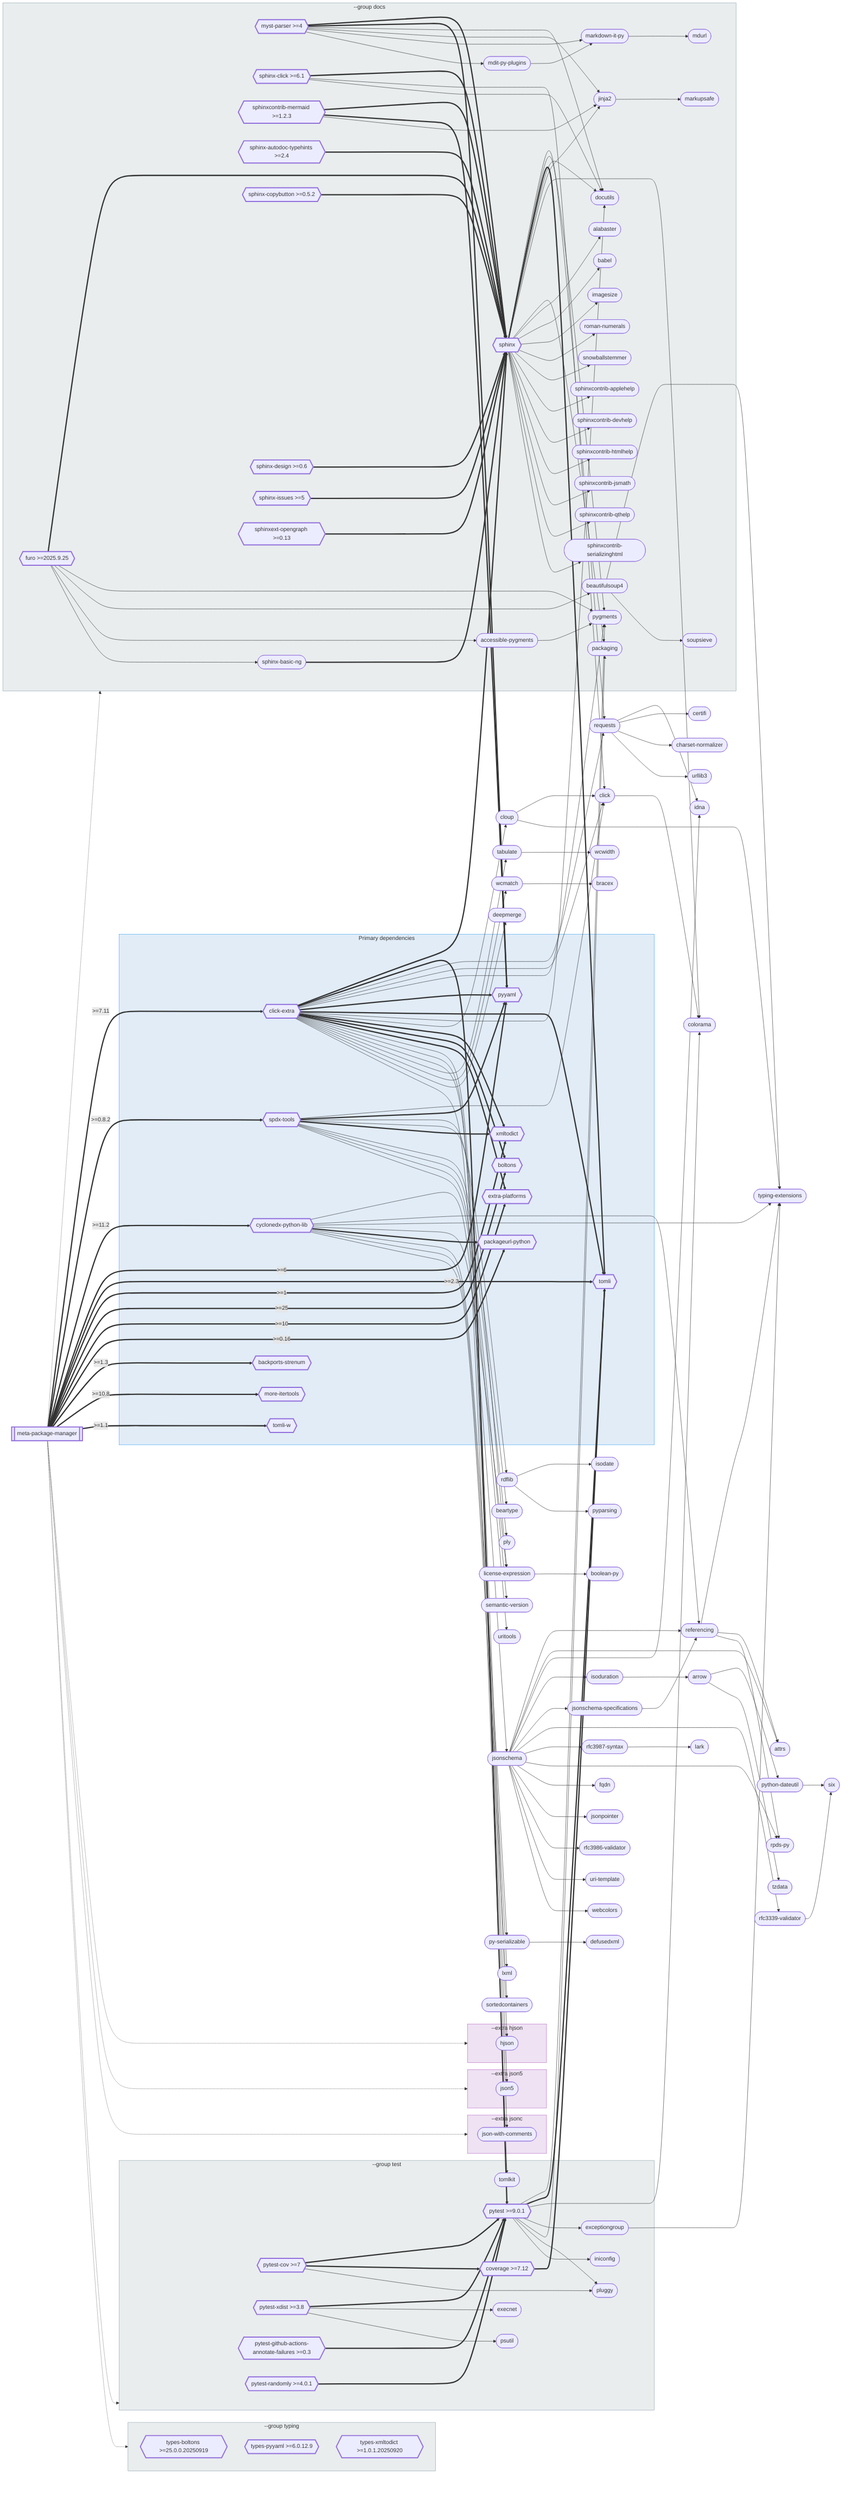
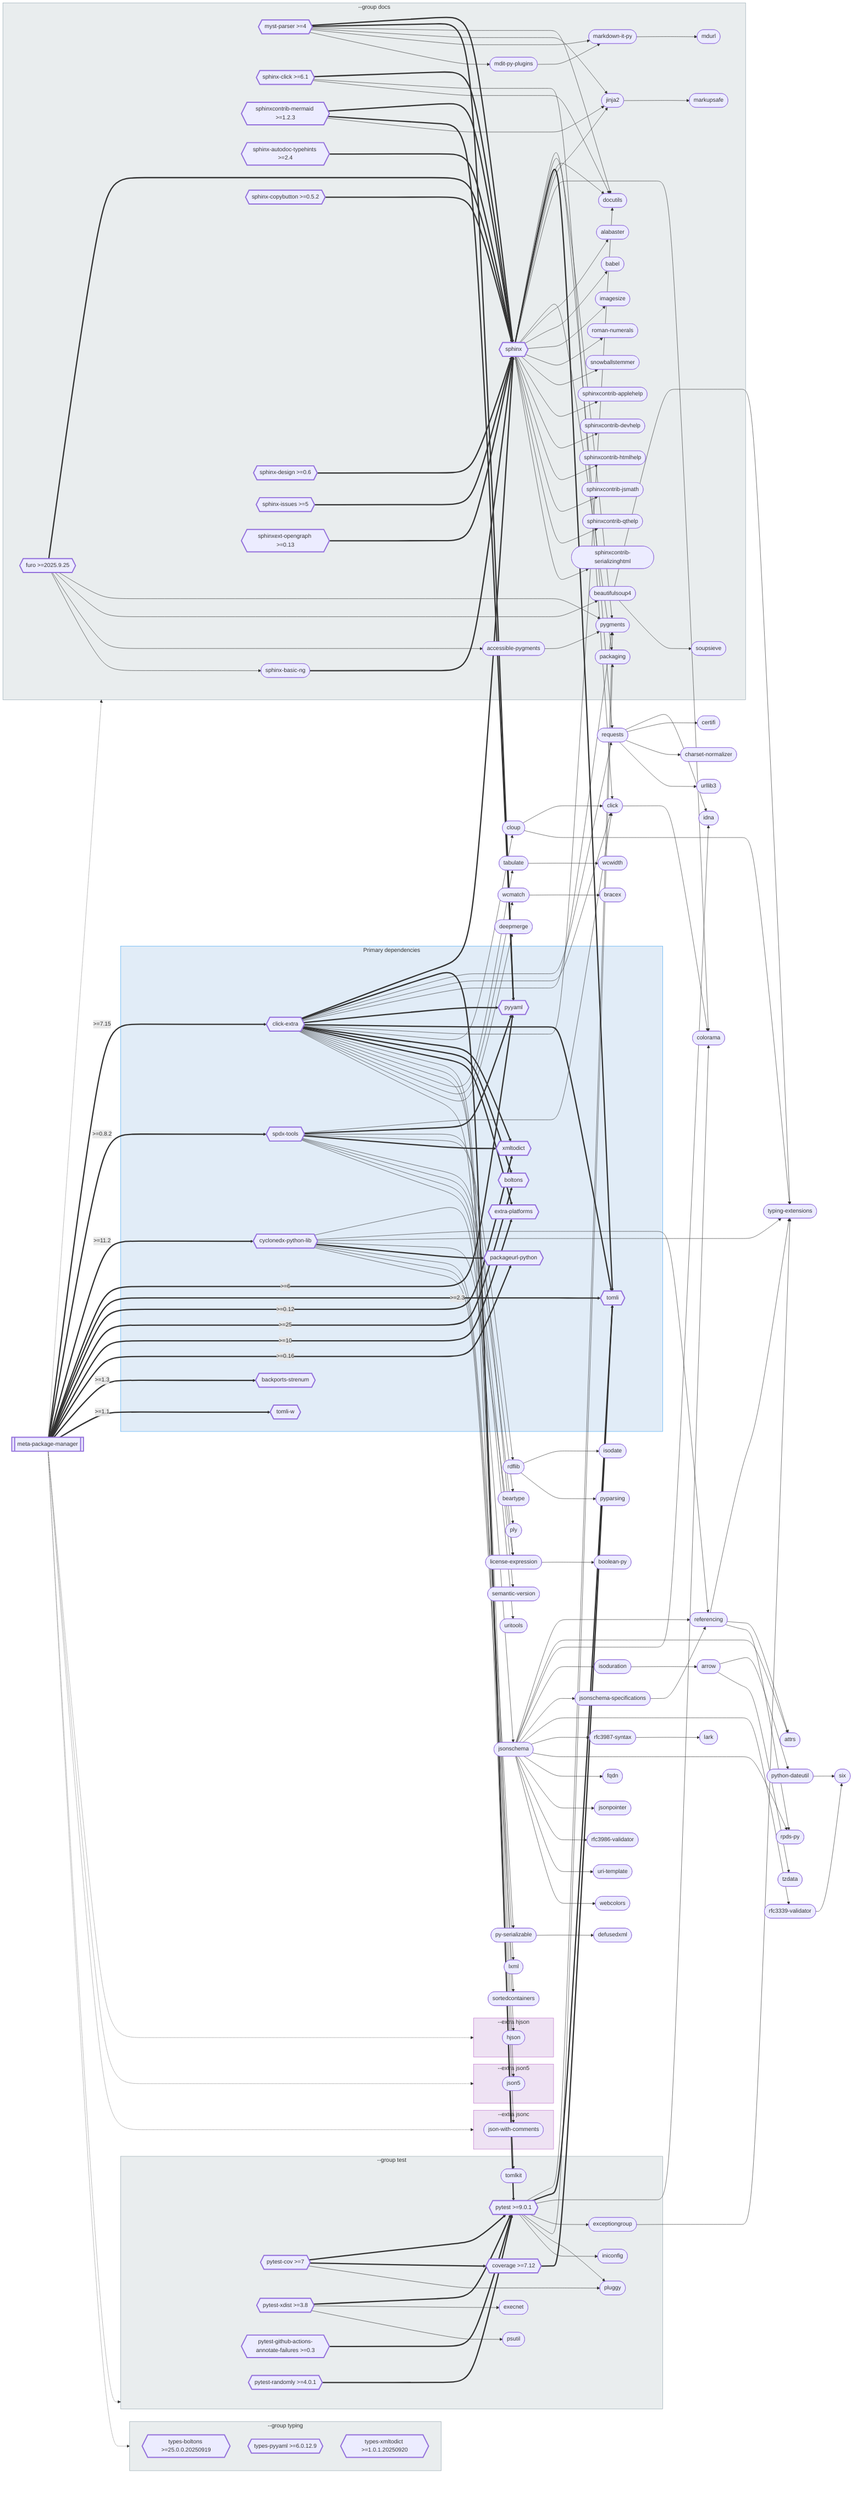
flowchart LR
    meta_package_manager[["`meta-package-manager`"]]

    subgraph primary-deps [Primary dependencies]
        click_extra{{"`click-extra`"}}
        cyclonedx_python_lib{{"`cyclonedx-python-lib`"}}
        spdx_tools{{"`spdx-tools`"}}
        pyyaml{{"`pyyaml`"}}
        tomli{{"`tomli`"}}
        xmltodict{{"`xmltodict`"}}
        boltons{{"`boltons`"}}
        extra_platforms{{"`extra-platforms`"}}
        packageurl_python{{"`packageurl-python`"}}
        backports_strenum{{"`backports-strenum`"}}
-         more_itertools{{"`more-itertools`"}}
        tomli_w{{"`tomli-w`"}}
    end

    jsonschema(["`jsonschema`"])
    referencing(["`referencing`"])
    requests(["`requests`"])
    click_0(["`click`"])
    typing_extensions(["`typing-extensions`"])
    arrow(["`arrow`"])
    cloup(["`cloup`"])
    colorama(["`colorama`"])
    license_expression(["`license-expression`"])
    rdflib(["`rdflib`"])
    attrs(["`attrs`"])
    idna(["`idna`"])
    isoduration(["`isoduration`"])
    jsonschema_specifications(["`jsonschema-specifications`"])
    py_serializable(["`py-serializable`"])
    python_dateutil(["`python-dateutil`"])
    rfc3339_validator(["`rfc3339-validator`"])
    rfc3987_syntax(["`rfc3987-syntax`"])
    rpds_py(["`rpds-py`"])
    six(["`six`"])
    tabulate(["`tabulate`"])
    wcmatch(["`wcmatch`"])
    beartype(["`beartype`"])
    boolean_py(["`boolean-py`"])
    bracex(["`bracex`"])
    certifi(["`certifi`"])
    charset_normalizer(["`charset-normalizer`"])
    deepmerge(["`deepmerge`"])
    defusedxml(["`defusedxml`"])
    fqdn(["`fqdn`"])
    isodate(["`isodate`"])
    jsonpointer(["`jsonpointer`"])
    lark(["`lark`"])
    lxml(["`lxml`"])
    ply(["`ply`"])
    pyparsing(["`pyparsing`"])
    rfc3986_validator(["`rfc3986-validator`"])
    semantic_version(["`semantic-version`"])
    sortedcontainers(["`sortedcontainers`"])
    tzdata(["`tzdata`"])
    uri_template(["`uri-template`"])
    uritools(["`uritools`"])
    urllib3(["`urllib3`"])
    wcwidth(["`wcwidth`"])
    webcolors(["`webcolors`"])

    subgraph ext_hjson [--extra hjson]
        hjson(["`hjson`"])
    end

    subgraph ext_json5 [--extra json5]
        json5(["`json5`"])
    end

    subgraph ext_jsonc [--extra jsonc]
        json_with_comments(["`json-with-comments`"])
    end

    subgraph grp_docs [--group docs]
        sphinx{{"`sphinx`"}}
        myst_parser{{"`myst-parser >=4`"}}
        furo{{"`furo >=2025.9.25`"}}
        pygments(["`pygments`"])
        docutils(["`docutils`"])
        jinja2(["`jinja2`"])
        sphinx_click{{"`sphinx-click >=6.1`"}}
        sphinxcontrib_mermaid{{"`sphinxcontrib-mermaid >=1.2.3`"}}
        beautifulsoup4(["`beautifulsoup4`"])
        markdown_it_py(["`markdown-it-py`"])
        accessible_pygments(["`accessible-pygments`"])
        mdit_py_plugins(["`mdit-py-plugins`"])
        packaging(["`packaging`"])
        sphinx_autodoc_typehints{{"`sphinx-autodoc-typehints >=2.4`"}}
        sphinx_basic_ng(["`sphinx-basic-ng`"])
        sphinx_copybutton{{"`sphinx-copybutton >=0.5.2`"}}
        sphinx_design{{"`sphinx-design >=0.6`"}}
        sphinx_issues{{"`sphinx-issues >=5`"}}
        sphinxext_opengraph{{"`sphinxext-opengraph >=0.13`"}}
        alabaster(["`alabaster`"])
        babel(["`babel`"])
        imagesize(["`imagesize`"])
        markupsafe(["`markupsafe`"])
        mdurl(["`mdurl`"])
        roman_numerals(["`roman-numerals`"])
        snowballstemmer(["`snowballstemmer`"])
        soupsieve(["`soupsieve`"])
        sphinxcontrib_applehelp(["`sphinxcontrib-applehelp`"])
        sphinxcontrib_devhelp(["`sphinxcontrib-devhelp`"])
        sphinxcontrib_htmlhelp(["`sphinxcontrib-htmlhelp`"])
        sphinxcontrib_jsmath(["`sphinxcontrib-jsmath`"])
        sphinxcontrib_qthelp(["`sphinxcontrib-qthelp`"])
        sphinxcontrib_serializinghtml(["`sphinxcontrib-serializinghtml`"])
    end

    subgraph grp_test [--group test]
        pytest{{"`pytest >=9.0.1`"}}
        pytest_cov{{"`pytest-cov >=7`"}}
        pytest_xdist{{"`pytest-xdist >=3.8`"}}
        coverage{{"`coverage >=7.12`"}}
        exceptiongroup(["`exceptiongroup`"])
        pluggy(["`pluggy`"])
        pytest_github_actions_annotate_failures{{"`pytest-github-actions-annotate-failures >=0.3`"}}
        pytest_randomly{{"`pytest-randomly >=4.0.1`"}}
        execnet(["`execnet`"])
        iniconfig(["`iniconfig`"])
        psutil(["`psutil`"])
        tomlkit(["`tomlkit`"])
    end

    subgraph grp_typing [--group typing]
        types_boltons{{"`types-boltons >=25.0.0.20250919`"}}
        types_pyyaml{{"`types-pyyaml >=6.0.12.9`"}}
        types_xmltodict{{"`types-xmltodict >=1.0.1.20250920`"}}
    end

-     meta_package_manager ==>|" >=7.11 "| click_extra
+     meta_package_manager ==>|" >=7.15 "| click_extra
    meta_package_manager ==>|" >=0.8.2 "| spdx_tools
    meta_package_manager ==>|" >=11.2 "| cyclonedx_python_lib
    meta_package_manager ==>|" >=6 "| pyyaml
    meta_package_manager ==>|" >=2.3 "| tomli
-     meta_package_manager ==>|" >=1 "| xmltodict
+     meta_package_manager ==>|" >=0.12 "| xmltodict
    meta_package_manager ==>|" >=25 "| boltons
    meta_package_manager ==>|" >=10 "| extra_platforms
    meta_package_manager ==>|" >=0.16 "| packageurl_python
    meta_package_manager ==>|" >=1.3 "| backports_strenum
-     meta_package_manager ==>|" >=10.8 "| more_itertools
    meta_package_manager ==>|" >=1.1 "| tomli_w
    sphinx --> requests
    sphinx --> pygments
    sphinx ==> tomli
    sphinx --> docutils
    sphinx --> jinja2
    sphinx --> colorama
    sphinx --> packaging
    sphinx --> alabaster
    sphinx --> babel
    sphinx --> imagesize
    sphinx --> roman_numerals
    sphinx --> snowballstemmer
    sphinx --> sphinxcontrib_applehelp
    sphinx --> sphinxcontrib_devhelp
    sphinx --> sphinxcontrib_htmlhelp
    sphinx --> sphinxcontrib_jsmath
    sphinx --> sphinxcontrib_qthelp
    sphinx --> sphinxcontrib_serializinghtml
    click_extra ==> sphinx
    click_extra ==> pytest
    click_extra --> requests
    click_extra --> click_0
    click_extra --> pygments
    click_extra ==> pyyaml
    click_extra ==> tomli
    click_extra --> docutils
    click_extra --> cloup
    click_extra ==> xmltodict
    click_extra ==> boltons
    click_extra ==> extra_platforms
    click_extra --> hjson
    click_extra --> json_with_comments
    click_extra --> json5
    click_extra --> tabulate
    click_extra --> wcmatch
    click_extra --> deepmerge
    click_extra --> tomlkit
    pytest --> pygments
    pytest ==> tomli
    pytest --> colorama
    pytest --> exceptiongroup
    pytest --> packaging
    pytest --> pluggy
    pytest --> iniconfig
    spdx_tools --> click_0
    spdx_tools ==> pyyaml
    spdx_tools --> license_expression
    spdx_tools --> rdflib
    spdx_tools ==> xmltodict
    spdx_tools --> beartype
    spdx_tools --> ply
    spdx_tools --> semantic_version
    spdx_tools --> uritools
    cyclonedx_python_lib --> jsonschema
    cyclonedx_python_lib --> referencing
    cyclonedx_python_lib --> typing_extensions
    cyclonedx_python_lib --> license_expression
    cyclonedx_python_lib ==> packageurl_python
    cyclonedx_python_lib --> py_serializable
    cyclonedx_python_lib --> lxml
    cyclonedx_python_lib --> sortedcontainers
    myst_parser ==> sphinx
    myst_parser ==> pyyaml
    myst_parser --> docutils
    myst_parser --> jinja2
    myst_parser --> markdown_it_py
    myst_parser --> mdit_py_plugins
    furo ==> sphinx
    furo --> pygments
    furo --> beautifulsoup4
    furo --> accessible_pygments
    furo --> sphinx_basic_ng
    pytest_cov ==> pytest
    pytest_cov ==> coverage
    pytest_cov --> pluggy
    pytest_xdist ==> pytest
    pytest_xdist --> execnet
    pytest_xdist --> psutil
    sphinx_click ==> sphinx
    sphinx_click --> click_0
    sphinx_click --> docutils
    sphinxcontrib_mermaid ==> sphinx
    sphinxcontrib_mermaid ==> pyyaml
    sphinxcontrib_mermaid --> jinja2
    coverage ==> tomli
    pytest_github_actions_annotate_failures ==> pytest
    pytest_randomly ==> pytest
    sphinx_autodoc_typehints ==> sphinx
    sphinx_copybutton ==> sphinx
    sphinx_design ==> sphinx
    sphinx_issues ==> sphinx
    sphinxext_opengraph ==> sphinx
    jsonschema --> referencing
    jsonschema --> attrs
    jsonschema --> idna
    jsonschema --> isoduration
    jsonschema --> jsonschema_specifications
    jsonschema --> rfc3339_validator
    jsonschema --> rfc3987_syntax
    jsonschema --> rpds_py
    jsonschema --> fqdn
    jsonschema --> jsonpointer
    jsonschema --> rfc3986_validator
    jsonschema --> uri_template
    jsonschema --> webcolors
    referencing --> typing_extensions
    referencing --> attrs
    referencing --> rpds_py
    requests --> idna
    requests --> certifi
    requests --> charset_normalizer
    requests --> urllib3
    click_0 --> colorama
    jinja2 --> markupsafe
    beautifulsoup4 --> typing_extensions
    beautifulsoup4 --> soupsieve
    cloup --> click_0
    cloup --> typing_extensions
    license_expression --> boolean_py
    markdown_it_py --> mdurl
    rdflib --> isodate
    rdflib --> pyparsing
    accessible_pygments --> pygments
    exceptiongroup --> typing_extensions
    mdit_py_plugins --> markdown_it_py
    py_serializable --> defusedxml
    sphinx_basic_ng ==> sphinx
    tabulate --> wcwidth
    wcmatch --> bracex
    isoduration --> arrow
    jsonschema_specifications --> referencing
    rfc3339_validator --> six
    rfc3987_syntax --> lark
    arrow --> python_dateutil
    arrow --> tzdata
    python_dateutil --> six
    meta_package_manager -.-> ext_hjson
    meta_package_manager -.-> ext_json5
    meta_package_manager -.-> ext_jsonc
    meta_package_manager -.-> grp_docs
    meta_package_manager -.-> grp_test
    meta_package_manager -.-> grp_typing

    click accessible_pygments "https://pypi.org/project/accessible-pygments/" _blank
    click alabaster "https://pypi.org/project/alabaster/" _blank
    click arrow "https://pypi.org/project/arrow/" _blank
    click attrs "https://pypi.org/project/attrs/" _blank
    click babel "https://pypi.org/project/babel/" _blank
    click backports_strenum "https://pypi.org/project/backports-strenum/" _blank
    click beartype "https://pypi.org/project/beartype/" _blank
    click beautifulsoup4 "https://pypi.org/project/beautifulsoup4/" _blank
    click boltons "https://pypi.org/project/boltons/" _blank
    click boolean_py "https://pypi.org/project/boolean-py/" _blank
    click bracex "https://pypi.org/project/bracex/" _blank
    click certifi "https://pypi.org/project/certifi/" _blank
    click charset_normalizer "https://pypi.org/project/charset-normalizer/" _blank
    click click_0 "https://pypi.org/project/click/" _blank
    click click_extra "https://pypi.org/project/click-extra/" _blank
    click cloup "https://pypi.org/project/cloup/" _blank
    click colorama "https://pypi.org/project/colorama/" _blank
    click coverage "https://pypi.org/project/coverage/" _blank
    click cyclonedx_python_lib "https://pypi.org/project/cyclonedx-python-lib/" _blank
    click deepmerge "https://pypi.org/project/deepmerge/" _blank
    click defusedxml "https://pypi.org/project/defusedxml/" _blank
    click docutils "https://pypi.org/project/docutils/" _blank
    click exceptiongroup "https://pypi.org/project/exceptiongroup/" _blank
    click execnet "https://pypi.org/project/execnet/" _blank
    click extra_platforms "https://pypi.org/project/extra-platforms/" _blank
    click fqdn "https://pypi.org/project/fqdn/" _blank
    click furo "https://pypi.org/project/furo/" _blank
    click hjson "https://pypi.org/project/hjson/" _blank
    click idna "https://pypi.org/project/idna/" _blank
    click imagesize "https://pypi.org/project/imagesize/" _blank
    click iniconfig "https://pypi.org/project/iniconfig/" _blank
    click isodate "https://pypi.org/project/isodate/" _blank
    click isoduration "https://pypi.org/project/isoduration/" _blank
    click jinja2 "https://pypi.org/project/jinja2/" _blank
    click json_with_comments "https://pypi.org/project/json-with-comments/" _blank
    click json5 "https://pypi.org/project/json5/" _blank
    click jsonpointer "https://pypi.org/project/jsonpointer/" _blank
    click jsonschema "https://pypi.org/project/jsonschema/" _blank
    click jsonschema_specifications "https://pypi.org/project/jsonschema-specifications/" _blank
    click lark "https://pypi.org/project/lark/" _blank
    click license_expression "https://pypi.org/project/license-expression/" _blank
    click lxml "https://pypi.org/project/lxml/" _blank
    click markdown_it_py "https://pypi.org/project/markdown-it-py/" _blank
    click markupsafe "https://pypi.org/project/markupsafe/" _blank
    click mdit_py_plugins "https://pypi.org/project/mdit-py-plugins/" _blank
    click mdurl "https://pypi.org/project/mdurl/" _blank
    click meta_package_manager "https://pypi.org/project/meta-package-manager/" _blank
-     click more_itertools "https://pypi.org/project/more-itertools/" _blank
    click myst_parser "https://pypi.org/project/myst-parser/" _blank
    click packageurl_python "https://pypi.org/project/packageurl-python/" _blank
    click packaging "https://pypi.org/project/packaging/" _blank
    click pluggy "https://pypi.org/project/pluggy/" _blank
    click ply "https://pypi.org/project/ply/" _blank
    click psutil "https://pypi.org/project/psutil/" _blank
    click py_serializable "https://pypi.org/project/py-serializable/" _blank
    click pygments "https://pypi.org/project/pygments/" _blank
    click pyparsing "https://pypi.org/project/pyparsing/" _blank
    click pytest "https://pypi.org/project/pytest/" _blank
    click pytest_cov "https://pypi.org/project/pytest-cov/" _blank
    click pytest_github_actions_annotate_failures "https://pypi.org/project/pytest-github-actions-annotate-failures/" _blank
    click pytest_randomly "https://pypi.org/project/pytest-randomly/" _blank
    click pytest_xdist "https://pypi.org/project/pytest-xdist/" _blank
    click python_dateutil "https://pypi.org/project/python-dateutil/" _blank
    click pyyaml "https://pypi.org/project/pyyaml/" _blank
    click rdflib "https://pypi.org/project/rdflib/" _blank
    click referencing "https://pypi.org/project/referencing/" _blank
    click requests "https://pypi.org/project/requests/" _blank
    click rfc3339_validator "https://pypi.org/project/rfc3339-validator/" _blank
    click rfc3986_validator "https://pypi.org/project/rfc3986-validator/" _blank
    click rfc3987_syntax "https://pypi.org/project/rfc3987-syntax/" _blank
    click roman_numerals "https://pypi.org/project/roman-numerals/" _blank
    click rpds_py "https://pypi.org/project/rpds-py/" _blank
    click semantic_version "https://pypi.org/project/semantic-version/" _blank
    click six "https://pypi.org/project/six/" _blank
    click snowballstemmer "https://pypi.org/project/snowballstemmer/" _blank
    click sortedcontainers "https://pypi.org/project/sortedcontainers/" _blank
    click soupsieve "https://pypi.org/project/soupsieve/" _blank
    click spdx_tools "https://pypi.org/project/spdx-tools/" _blank
    click sphinx "https://pypi.org/project/sphinx/" _blank
    click sphinx_autodoc_typehints "https://pypi.org/project/sphinx-autodoc-typehints/" _blank
    click sphinx_basic_ng "https://pypi.org/project/sphinx-basic-ng/" _blank
    click sphinx_click "https://pypi.org/project/sphinx-click/" _blank
    click sphinx_copybutton "https://pypi.org/project/sphinx-copybutton/" _blank
    click sphinx_design "https://pypi.org/project/sphinx-design/" _blank
    click sphinx_issues "https://pypi.org/project/sphinx-issues/" _blank
    click sphinxcontrib_applehelp "https://pypi.org/project/sphinxcontrib-applehelp/" _blank
    click sphinxcontrib_devhelp "https://pypi.org/project/sphinxcontrib-devhelp/" _blank
    click sphinxcontrib_htmlhelp "https://pypi.org/project/sphinxcontrib-htmlhelp/" _blank
    click sphinxcontrib_jsmath "https://pypi.org/project/sphinxcontrib-jsmath/" _blank
    click sphinxcontrib_mermaid "https://pypi.org/project/sphinxcontrib-mermaid/" _blank
    click sphinxcontrib_qthelp "https://pypi.org/project/sphinxcontrib-qthelp/" _blank
    click sphinxcontrib_serializinghtml "https://pypi.org/project/sphinxcontrib-serializinghtml/" _blank
    click sphinxext_opengraph "https://pypi.org/project/sphinxext-opengraph/" _blank
    click tabulate "https://pypi.org/project/tabulate/" _blank
    click tomli "https://pypi.org/project/tomli/" _blank
    click tomli_w "https://pypi.org/project/tomli-w/" _blank
    click tomlkit "https://pypi.org/project/tomlkit/" _blank
    click types_boltons "https://pypi.org/project/types-boltons/" _blank
    click types_pyyaml "https://pypi.org/project/types-pyyaml/" _blank
    click types_xmltodict "https://pypi.org/project/types-xmltodict/" _blank
    click typing_extensions "https://pypi.org/project/typing-extensions/" _blank
    click tzdata "https://pypi.org/project/tzdata/" _blank
    click uri_template "https://pypi.org/project/uri-template/" _blank
    click uritools "https://pypi.org/project/uritools/" _blank
    click urllib3 "https://pypi.org/project/urllib3/" _blank
    click wcmatch "https://pypi.org/project/wcmatch/" _blank
    click wcwidth "https://pypi.org/project/wcwidth/" _blank
    click webcolors "https://pypi.org/project/webcolors/" _blank
    click xmltodict "https://pypi.org/project/xmltodict/" _blank

    style meta_package_manager stroke-width:3px
    style backports_strenum stroke-width:3px
    style boltons stroke-width:3px
    style click_extra stroke-width:3px
    style coverage stroke-width:3px
    style cyclonedx_python_lib stroke-width:3px
    style extra_platforms stroke-width:3px
    style furo stroke-width:3px
-     style more_itertools stroke-width:3px
    style myst_parser stroke-width:3px
    style packageurl_python stroke-width:3px
    style pytest stroke-width:3px
    style pytest_cov stroke-width:3px
    style pytest_github_actions_annotate_failures stroke-width:3px
    style pytest_randomly stroke-width:3px
    style pytest_xdist stroke-width:3px
    style pyyaml stroke-width:3px
    style spdx_tools stroke-width:3px
    style sphinx stroke-width:3px
    style sphinx_autodoc_typehints stroke-width:3px
    style sphinx_click stroke-width:3px
    style sphinx_copybutton stroke-width:3px
    style sphinx_design stroke-width:3px
    style sphinx_issues stroke-width:3px
    style sphinxcontrib_mermaid stroke-width:3px
    style sphinxext_opengraph stroke-width:3px
    style tomli stroke-width:3px
    style tomli_w stroke-width:3px
    style types_boltons stroke-width:3px
    style types_pyyaml stroke-width:3px
    style types_xmltodict stroke-width:3px
    style xmltodict stroke-width:3px

    style primary-deps fill:#1565C020,stroke:#42A5F5
    style ext_hjson fill:#7B1FA220,stroke:#BA68C8
    style ext_json5 fill:#7B1FA220,stroke:#BA68C8
    style ext_jsonc fill:#7B1FA220,stroke:#BA68C8
    style grp_docs fill:#546E7A20,stroke:#90A4AE
    style grp_test fill:#546E7A20,stroke:#90A4AE
    style grp_typing fill:#546E7A20,stroke:#90A4AE
